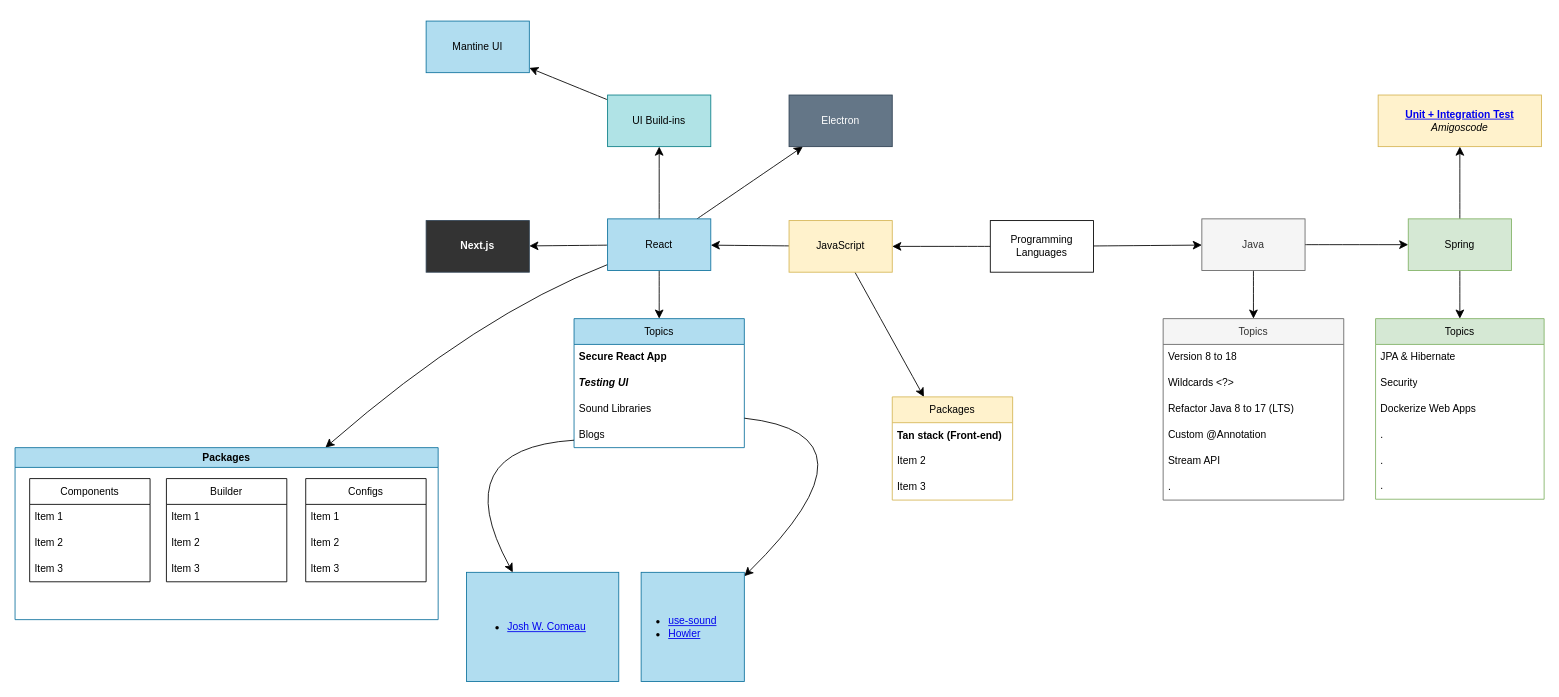
sunflynf/diagram-only keeps this draw.io diagram as page "Web tech" (1 of 5) of Link_Bookmarks.drawio. Above is the earlier version. Source tidied: cells renumbered, new cells numbered last; positions are measured from the earlier drawing's top-left corner, leaving out a move shared by most shapes. Both pictures are drawn from the tidied source at 86%, with x=0, y=0 at pixel (15, 21).
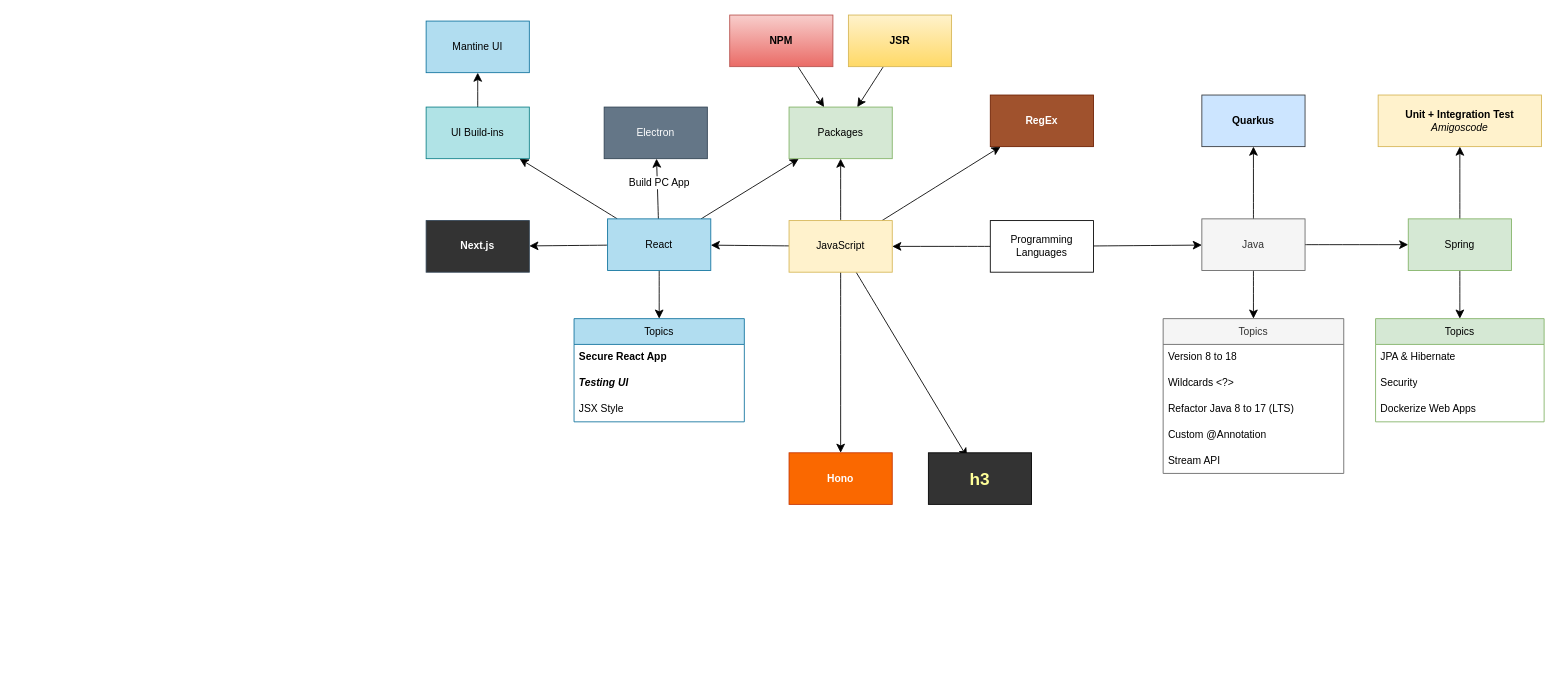
The same page after the edit.

Unchanged cells that the change refers to:
```xml
<mxCell id="7" value="Java" style="whiteSpace=wrap;html=1;fillColor=#f5f5f5;fontColor=#333333;strokeColor=#666666;" parent="1" vertex="1">
  <mxGeometry x="1380" y="230" width="120" height="60" as="geometry" />
</mxCell>
<mxCell id="28" value="JavaScript" style="whiteSpace=wrap;html=1;fillColor=#fff2cc;strokeColor=#d6b656;" parent="1" vertex="1">
  <mxGeometry x="900" y="232" width="120" height="60" as="geometry" />
</mxCell>
<mxCell id="31" style="edgeStyle=none;curved=1;rounded=0;jettySize=auto;html=1;fontSize=12;startSize=8;endSize=8;" parent="1" edge="1" source="34" target="39">
  <mxGeometry relative="1" as="geometry" />
</mxCell>
<mxCell id="34" value="React" style="whiteSpace=wrap;html=1;fillColor=#b1ddf0;strokeColor=#10739e;" parent="1" vertex="1">
  <mxGeometry x="689" y="230" width="120" height="60" as="geometry" />
</mxCell>
```

Diff of the diagram source:
```diff
@@
+    <mxCell id="66" style="edgeStyle=none;curved=1;rounded=0;jettySize=auto;html=1;fontSize=12;startSize=8;endSize=8;" parent="1" edge="1" source="7" target="77">
+      <mxGeometry relative="1" as="geometry" />
+    </mxCell>
@@
-    <mxCell id="11" value="&lt;div&gt;&lt;a href=&quot;https://www.youtube.com/watch?v=Geq60OVyBPg&quot;&gt;&lt;b&gt;Unit + Integration Test &lt;br&gt;&lt;/b&gt;&lt;/a&gt;&lt;/div&gt;&lt;div&gt;&lt;i&gt;Amigoscode&lt;/i&gt;&lt;br&gt;&lt;/div&gt;" style="whiteSpace=wrap;html=1;fillColor=#fff2cc;strokeColor=#d6b656;" parent="1" vertex="1">
+    <mxCell id="11" value="&lt;div&gt;&lt;b&gt;Unit + Integration Test &lt;br&gt;&lt;/b&gt;&lt;/div&gt;&lt;div&gt;&lt;i&gt;Amigoscode&lt;/i&gt;&lt;br&gt;&lt;/div&gt;" style="whiteSpace=wrap;html=1;fillColor=#fff2cc;strokeColor=#d6b656;" parent="1" vertex="1">
       <mxGeometry x="1585" y="86" width="190" height="60" as="geometry" />
     </mxCell>
     <mxCell id="12" value="Topics" style="swimlane;fontStyle=0;horizontal=1;startSize=30;whiteSpace=wrap;html=1;fillColor=#f5f5f5;fontColor=#333333;strokeColor=#666666;" parent="1" vertex="1">
-      <mxGeometry x="1335" y="346" width="210" height="211" as="geometry" />
+      <mxGeometry x="1335" y="346" width="210" height="180" as="geometry" />
     </mxCell>
@@
-    <mxCell id="18" value="." style="text;strokeColor=none;fillColor=none;align=left;verticalAlign=middle;spacingLeft=4;spacingRight=4;overflow=hidden;whiteSpace=wrap;html=1;" parent="12" vertex="1">
-      <mxGeometry y="180" width="210" height="31" as="geometry" />
-    </mxCell>
     <mxCell id="19" value="Topics" style="swimlane;fontStyle=0;horizontal=1;startSize=30;whiteSpace=wrap;html=1;fillColor=#d5e8d4;strokeColor=#82b366;" parent="1" vertex="1">
-      <mxGeometry x="1582" y="346" width="196" height="210" as="geometry" />
+      <mxGeometry x="1582" y="346" width="196" height="120" as="geometry" />
     </mxCell>
@@
-    <mxCell id="23" value="." style="text;strokeColor=none;fillColor=none;align=left;verticalAlign=middle;spacingLeft=4;spacingRight=4;overflow=hidden;whiteSpace=wrap;html=1;" parent="19" vertex="1">
-      <mxGeometry y="120" width="196" height="30" as="geometry" />
-    </mxCell>
-    <mxCell id="24" value="." style="text;strokeColor=none;fillColor=none;align=left;verticalAlign=middle;spacingLeft=4;spacingRight=4;overflow=hidden;whiteSpace=wrap;html=1;" parent="19" vertex="1">
-      <mxGeometry y="150" width="196" height="30" as="geometry" />
-    </mxCell>
-    <mxCell id="25" value="." style="text;strokeColor=none;fillColor=none;align=left;verticalAlign=middle;spacingLeft=4;spacingRight=4;overflow=hidden;whiteSpace=wrap;html=1;" parent="19" vertex="1">
-      <mxGeometry y="180" width="196" height="30" as="geometry" />
-    </mxCell>
@@
-    <mxCell id="27" style="edgeStyle=none;curved=1;rounded=0;jettySize=auto;html=1;fontSize=12;startSize=8;endSize=8;" parent="1" edge="1" source="28" target="49">
-      <mxGeometry relative="1" as="geometry" />
-    </mxCell>
+    <mxCell id="67" style="edgeStyle=none;curved=1;rounded=0;jettySize=auto;html=1;fontSize=12;startSize=8;endSize=8;" parent="1" edge="1" source="28" target="74">
+      <mxGeometry relative="1" as="geometry" />
+    </mxCell>
+    <mxCell id="68" style="edgeStyle=none;curved=1;rounded=0;jettySize=auto;html=1;fontSize=12;startSize=8;endSize=8;" parent="1" edge="1" source="28" target="75">
+      <mxGeometry relative="1" as="geometry" />
+    </mxCell>
+    <mxCell id="69" style="edgeStyle=none;curved=1;rounded=0;jettySize=auto;html=1;fontSize=12;startSize=8;endSize=8;" parent="1" edge="1" source="28" target="76">
+      <mxGeometry relative="1" as="geometry" />
+    </mxCell>
+    <mxCell id="70" style="edgeStyle=none;curved=1;rounded=0;jettySize=auto;html=1;fontSize=12;startSize=8;endSize=8;entryX=0.375;entryY=0.083;entryDx=0;entryDy=0;entryPerimeter=0;" parent="1" edge="1" source="28" target="78">
+      <mxGeometry relative="1" as="geometry" />
+    </mxCell>
@@
+    <mxCell id="71" value="Build PC App" style="edgeLabel;html=1;align=center;verticalAlign=middle;fontSize=12;" parent="31" vertex="1">
+      <mxGeometry x="0.17" y="-2" relative="1" as="geometry">
+        <mxPoint y="-1" as="offset" />
+      </mxGeometry>
+    </mxCell>
@@
-    <mxCell id="33" style="edgeStyle=none;curved=1;rounded=0;jettySize=auto;html=1;fontSize=12;startSize=8;endSize=8;" parent="1" edge="1" source="34" target="53">
-      <mxGeometry relative="1" as="geometry">
-        <Array as="points">
-          <mxPoint x="539" y="341" />
-        </Array>
-      </mxGeometry>
-    </mxCell>
+    <mxCell id="72" style="edgeStyle=none;curved=1;rounded=0;jettySize=auto;html=1;fontSize=12;startSize=8;endSize=8;" parent="1" edge="1" source="34" target="74">
+      <mxGeometry relative="1" as="geometry" />
+    </mxCell>
@@
     <mxCell id="37" value="UI Build-ins" style="whiteSpace=wrap;html=1;fillColor=#b0e3e6;strokeColor=#0e8088;" parent="1" vertex="1">
-      <mxGeometry x="689" y="86" width="120" height="60" as="geometry" />
+      <mxGeometry x="478" y="100" width="120" height="60" as="geometry" />
     </mxCell>
@@
     <mxCell id="39" value="Electron" style="whiteSpace=wrap;html=1;fillColor=#647687;strokeColor=#314354;fontColor=#ffffff;" parent="1" vertex="1">
-      <mxGeometry x="900" y="86" width="120" height="60" as="geometry" />
+      <mxGeometry x="685" y="100" width="120" height="60" as="geometry" />
     </mxCell>
     <mxCell id="40" value="Topics" style="swimlane;fontStyle=0;horizontal=1;startSize=30;whiteSpace=wrap;html=1;fillColor=#b1ddf0;strokeColor=#10739e;" parent="1" vertex="1">
-      <mxGeometry x="650" y="346" width="198" height="150" as="geometry" />
+      <mxGeometry x="650" y="346" width="198" height="120" as="geometry" />
     </mxCell>
@@
-    <mxCell id="43" value="Sound Libraries" style="text;strokeColor=none;fillColor=none;align=left;verticalAlign=middle;spacingLeft=4;spacingRight=4;overflow=hidden;points=[[0,0.5],[1,0.5]];portConstraint=eastwest;whiteSpace=wrap;html=1;" parent="40" vertex="1">
-      <mxGeometry y="90" width="198" height="30" as="geometry" />
-    </mxCell>
-    <mxCell id="44" value="Blogs" style="text;strokeColor=none;fillColor=none;align=left;verticalAlign=middle;spacingLeft=4;spacingRight=4;overflow=hidden;points=[[0,0.5],[1,0.5]];portConstraint=eastwest;whiteSpace=wrap;html=1;" parent="40" vertex="1">
-      <mxGeometry y="120" width="198" height="30" as="geometry" />
-    </mxCell>
-    <mxCell id="45" style="edgeStyle=none;curved=1;rounded=0;jettySize=auto;html=1;fontSize=12;startSize=8;endSize=8;" parent="1" edge="1" source="43" target="46">
-      <mxGeometry relative="1" as="geometry">
-        <Array as="points">
-          <mxPoint x="1016" y="480" />
-        </Array>
-      </mxGeometry>
-    </mxCell>
-    <mxCell id="46" value="&lt;ul style=&quot;padding-left: 20px;&quot;&gt;&lt;li&gt;&lt;a href=&quot;https://www.joshwcomeau.com/react/announcing-use-sound-react-hook/&quot;&gt;use-sound&lt;/a&gt;&lt;/li&gt;&lt;li&gt;&lt;a href=&quot;https://howlerjs.com/&quot;&gt;Howler&lt;/a&gt;&lt;/li&gt;&lt;/ul&gt;" style="whiteSpace=wrap;html=1;fillColor=#b1ddf0;strokeColor=#10739e;align=left;spacingLeft=10;" parent="1" vertex="1">
-      <mxGeometry x="728" y="641" width="120" height="127" as="geometry" />
-    </mxCell>
-    <mxCell id="47" value="&lt;ul style=&quot;padding-left: 10px;&quot;&gt;&lt;li&gt;&lt;a href=&quot;https://www.joshwcomeau.com/&quot;&gt;Josh W. Comeau&lt;/a&gt;&lt;/li&gt;&lt;/ul&gt;" style="whiteSpace=wrap;html=1;fillColor=#b1ddf0;strokeColor=#10739e;align=center;" parent="1" vertex="1">
-      <mxGeometry x="525" y="641" width="177" height="127" as="geometry" />
-    </mxCell>
-    <mxCell id="48" style="edgeStyle=none;curved=1;rounded=0;jettySize=auto;html=1;fontSize=12;startSize=8;endSize=8;" parent="1" edge="1" source="44" target="47">
-      <mxGeometry relative="1" as="geometry">
-        <Array as="points">
-          <mxPoint x="500" y="497" />
-        </Array>
-      </mxGeometry>
-    </mxCell>
-    <mxCell id="49" value="Packages" style="swimlane;fontStyle=0;horizontal=1;startSize=30;whiteSpace=wrap;html=1;fillColor=#fff2cc;strokeColor=#d6b656;" parent="1" vertex="1">
-      <mxGeometry x="1020" y="437" width="140" height="120" as="geometry" />
-    </mxCell>
-    <mxCell id="50" value="Tan stack (Front-end)" style="text;strokeColor=none;fillColor=none;align=left;verticalAlign=middle;spacingLeft=4;spacingRight=4;overflow=hidden;whiteSpace=wrap;html=1;fontStyle=1;" parent="49" vertex="1">
-      <mxGeometry y="30" width="140" height="30" as="geometry" />
-    </mxCell>
-    <mxCell id="51" value="Item 2" style="text;strokeColor=none;fillColor=none;align=left;verticalAlign=middle;spacingLeft=4;spacingRight=4;overflow=hidden;whiteSpace=wrap;html=1;" parent="49" vertex="1">
-      <mxGeometry y="60" width="140" height="30" as="geometry" />
-    </mxCell>
-    <mxCell id="52" value="Item 3" style="text;strokeColor=none;fillColor=none;align=left;verticalAlign=middle;spacingLeft=4;spacingRight=4;overflow=hidden;whiteSpace=wrap;html=1;" parent="49" vertex="1">
-      <mxGeometry y="90" width="140" height="30" as="geometry" />
-    </mxCell>
-    <mxCell id="53" value="Packages" style="swimlane;fillColor=#b1ddf0;strokeColor=#10739e;" parent="1" vertex="1">
-      <mxGeometry y="496" width="492" height="200" as="geometry" />
-    </mxCell>
-    <mxCell id="54" value="Components" style="swimlane;fontStyle=0;horizontal=1;startSize=30;whiteSpace=wrap;html=1;" parent="53" vertex="1">
-      <mxGeometry x="17" y="36" width="140" height="120" as="geometry" />
-    </mxCell>
-    <mxCell id="55" value="Item 1" style="text;strokeColor=none;fillColor=none;align=left;verticalAlign=middle;spacingLeft=4;spacingRight=4;overflow=hidden;whiteSpace=wrap;html=1;" parent="54" vertex="1">
-      <mxGeometry y="30" width="140" height="30" as="geometry" />
-    </mxCell>
-    <mxCell id="56" value="Item 2" style="text;strokeColor=none;fillColor=none;align=left;verticalAlign=middle;spacingLeft=4;spacingRight=4;overflow=hidden;whiteSpace=wrap;html=1;" parent="54" vertex="1">
-      <mxGeometry y="60" width="140" height="30" as="geometry" />
-    </mxCell>
-    <mxCell id="57" value="Item 3" style="text;strokeColor=none;fillColor=none;align=left;verticalAlign=middle;spacingLeft=4;spacingRight=4;overflow=hidden;whiteSpace=wrap;html=1;" parent="54" vertex="1">
-      <mxGeometry y="90" width="140" height="30" as="geometry" />
-    </mxCell>
-    <mxCell id="58" value="Builder" style="swimlane;fontStyle=0;horizontal=1;startSize=30;whiteSpace=wrap;html=1;" parent="53" vertex="1">
-      <mxGeometry x="176" y="36" width="140" height="120" as="geometry" />
-    </mxCell>
-    <mxCell id="59" value="Item 1" style="text;strokeColor=none;fillColor=none;align=left;verticalAlign=middle;spacingLeft=4;spacingRight=4;overflow=hidden;whiteSpace=wrap;html=1;" parent="58" vertex="1">
-      <mxGeometry y="30" width="140" height="30" as="geometry" />
-    </mxCell>
-    <mxCell id="60" value="Item 2" style="text;strokeColor=none;fillColor=none;align=left;verticalAlign=middle;spacingLeft=4;spacingRight=4;overflow=hidden;whiteSpace=wrap;html=1;" parent="58" vertex="1">
-      <mxGeometry y="60" width="140" height="30" as="geometry" />
-    </mxCell>
-    <mxCell id="61" value="Item 3" style="text;strokeColor=none;fillColor=none;align=left;verticalAlign=middle;spacingLeft=4;spacingRight=4;overflow=hidden;whiteSpace=wrap;html=1;" parent="58" vertex="1">
-      <mxGeometry y="90" width="140" height="30" as="geometry" />
-    </mxCell>
-    <mxCell id="62" value="Configs" style="swimlane;fontStyle=0;horizontal=1;startSize=30;whiteSpace=wrap;html=1;" parent="53" vertex="1">
-      <mxGeometry x="338" y="36" width="140" height="120" as="geometry" />
-    </mxCell>
-    <mxCell id="63" value="Item 1" style="text;strokeColor=none;fillColor=none;align=left;verticalAlign=middle;spacingLeft=4;spacingRight=4;overflow=hidden;whiteSpace=wrap;html=1;" parent="62" vertex="1">
-      <mxGeometry y="30" width="140" height="30" as="geometry" />
-    </mxCell>
-    <mxCell id="64" value="Item 2" style="text;strokeColor=none;fillColor=none;align=left;verticalAlign=middle;spacingLeft=4;spacingRight=4;overflow=hidden;whiteSpace=wrap;html=1;" parent="62" vertex="1">
-      <mxGeometry y="60" width="140" height="30" as="geometry" />
-    </mxCell>
-    <mxCell id="65" value="Item 3" style="text;strokeColor=none;fillColor=none;align=left;verticalAlign=middle;spacingLeft=4;spacingRight=4;overflow=hidden;whiteSpace=wrap;html=1;" parent="62" vertex="1">
-      <mxGeometry y="90" width="140" height="30" as="geometry" />
-    </mxCell>
+    <mxCell id="73" value="JSX Style" style="text;strokeColor=none;fillColor=none;align=left;verticalAlign=middle;spacingLeft=4;spacingRight=4;overflow=hidden;whiteSpace=wrap;html=1;" parent="40" vertex="1">
+      <mxGeometry y="90" width="198" height="30" as="geometry" />
+    </mxCell>
+    <mxCell id="74" value="Packages" style="whiteSpace=wrap;html=1;fillColor=#d5e8d4;strokeColor=#82b366;" parent="1" vertex="1">
+      <mxGeometry x="900" y="100" width="120" height="60" as="geometry" />
+    </mxCell>
+    <mxCell id="75" value="RegEx" style="whiteSpace=wrap;html=1;fillColor=#a0522d;strokeColor=#6D1F00;fontColor=#ffffff;fontStyle=1;" parent="1" vertex="1">
+      <mxGeometry x="1134" y="86" width="120" height="60" as="geometry" />
+    </mxCell>
+    <mxCell id="76" value="Hono" style="whiteSpace=wrap;html=1;fillColor=#fa6800;strokeColor=#C73500;fontColor=#FFFFFF;fontStyle=1;" parent="1" vertex="1">
+      <mxGeometry x="900" y="502" width="120" height="60" as="geometry" />
+    </mxCell>
+    <mxCell id="77" value="Quarkus" style="whiteSpace=wrap;html=1;fillColor=#cce5ff;strokeColor=#36393d;fontStyle=1;" parent="1" vertex="1">
+      <mxGeometry x="1380" y="86" width="120" height="60" as="geometry" />
+    </mxCell>
+    <mxCell id="78" value="h3" style="whiteSpace=wrap;html=1;fillColor=#333333;fontColor=#FFFF99;fontStyle=1;fontSize=20;textShadow=0;labelBorderColor=none;labelBackgroundColor=none;" parent="1" vertex="1">
+      <mxGeometry x="1062" y="502" width="120" height="60" as="geometry" />
+    </mxCell>
+    <mxCell id="79" style="edgeStyle=none;curved=1;rounded=0;jettySize=auto;html=1;fontSize=12;startSize=8;endSize=8;" parent="1" edge="1" source="80" target="74">
+      <mxGeometry relative="1" as="geometry" />
+    </mxCell>
+    <mxCell id="80" value="NPM" style="whiteSpace=wrap;html=1;fillColor=#f8cecc;gradientColor=#ea6b66;strokeColor=#b85450;fontStyle=1;" parent="1" vertex="1">
+      <mxGeometry x="831" y="-7" width="120" height="60" as="geometry" />
+    </mxCell>
+    <mxCell id="81" style="edgeStyle=none;curved=1;rounded=0;jettySize=auto;html=1;fontSize=12;startSize=8;endSize=8;" parent="1" edge="1" source="82" target="74">
+      <mxGeometry relative="1" as="geometry" />
+    </mxCell>
+    <mxCell id="82" value="JSR" style="whiteSpace=wrap;html=1;fillColor=#fff2cc;gradientColor=#ffd966;strokeColor=#d6b656;fontStyle=1;" parent="1" vertex="1">
+      <mxGeometry x="969" y="-7" width="120" height="60" as="geometry" />
+    </mxCell>
```
